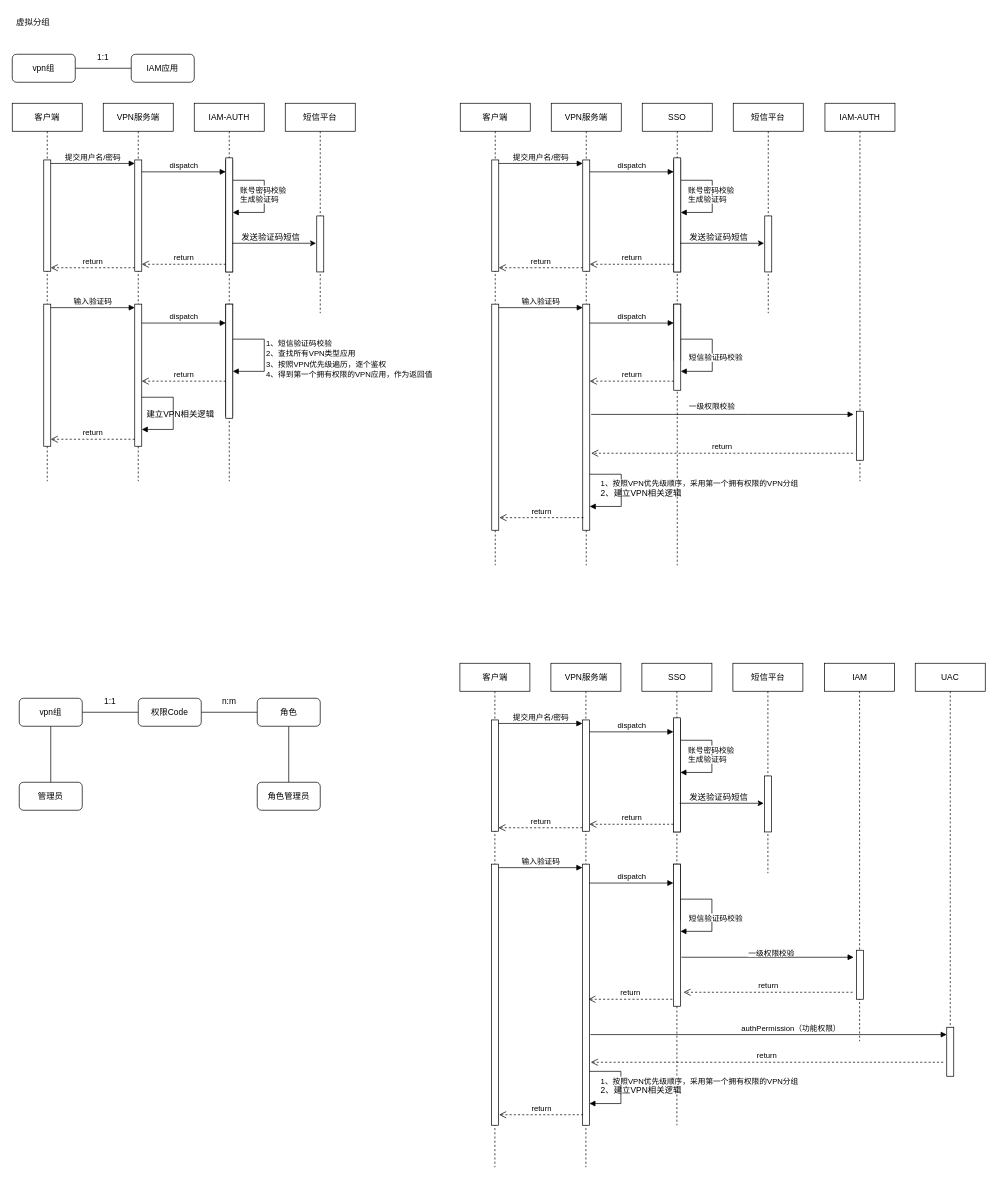
Before: VPN.drawio in yamilinqh/spicedb, a draw.io diagram. Source tidied: cells renumbered, new cells numbered last; positions are measured from the earlier drawing's top-left corner, leaving out a move shared by most shapes. Both pictures are drawn from the tidied source at 70%, with x=0, y=0 at pixel (12, 12).
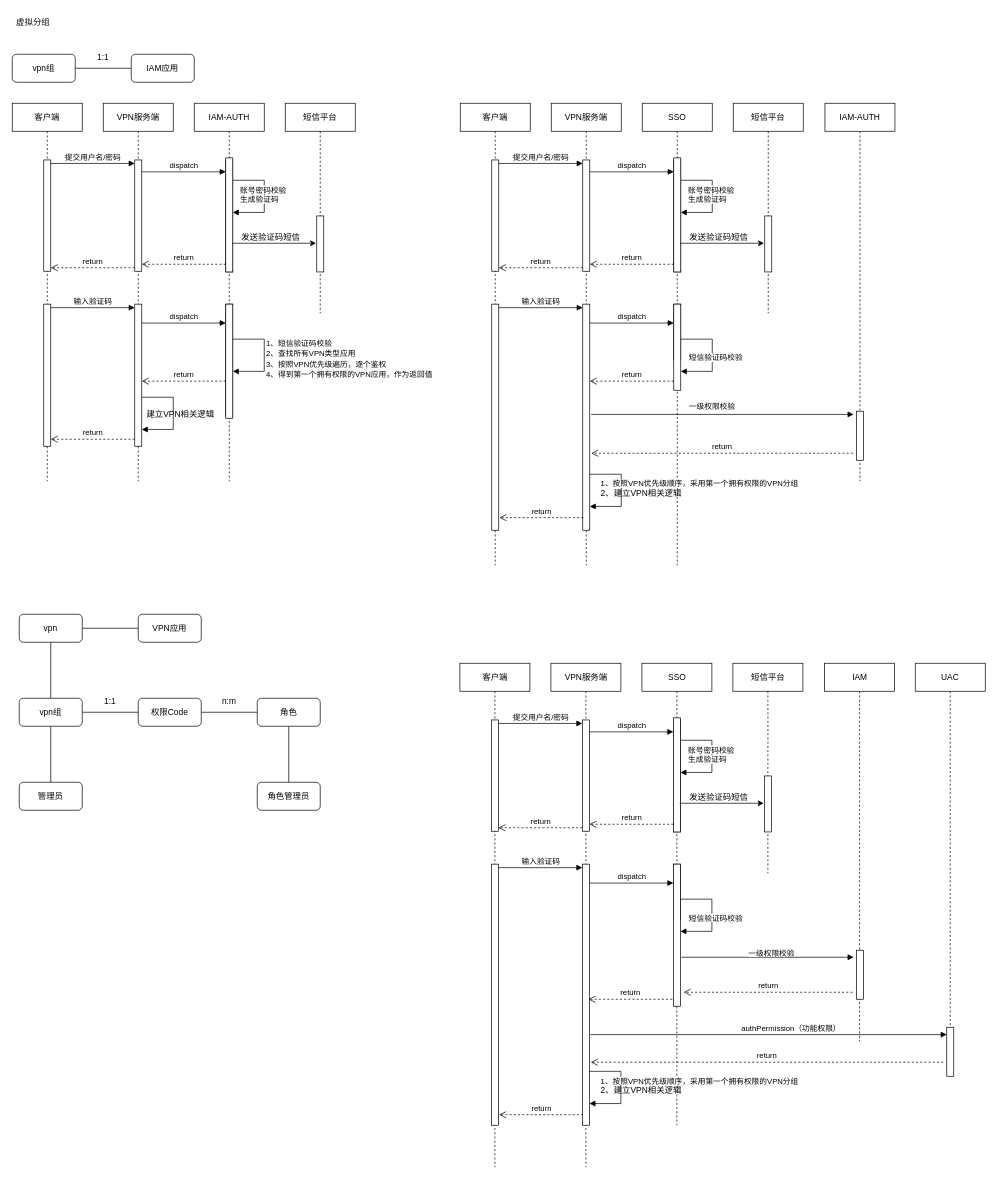
The same diagram, later.

The change refers to these unchanged cells:
```xml
<mxCell id="4" value="vpn组" style="rounded=1;whiteSpace=wrap;html=1;" parent="1" vertex="1">
  <mxGeometry x="10" y="980" width="90" height="40" as="geometry" />
</mxCell>
```

Diff of the diagram source:
```diff
@@
+    <mxCell id="124" style="edgeStyle=orthogonalEdgeStyle;rounded=0;jettySize=auto;html=1;endArrow=none;endFill=0;" parent="1" edge="1" source="4" target="126">
+      <mxGeometry relative="1" as="geometry" />
+    </mxCell>
@@
+    <mxCell id="125" style="edgeStyle=orthogonalEdgeStyle;rounded=0;jettySize=auto;html=1;endArrow=none;endFill=0;" parent="1" edge="1" source="126" target="127">
+      <mxGeometry relative="1" as="geometry" />
+    </mxCell>
+    <mxCell id="126" value="vpn" style="rounded=1;whiteSpace=wrap;html=1;" parent="1" vertex="1">
+      <mxGeometry x="10" y="860" width="90" height="40" as="geometry" />
+    </mxCell>
+    <mxCell id="127" value="VPN应用" style="rounded=1;whiteSpace=wrap;html=1;" parent="1" vertex="1">
+      <mxGeometry x="180" y="860" width="90" height="40" as="geometry" />
+    </mxCell>
```
